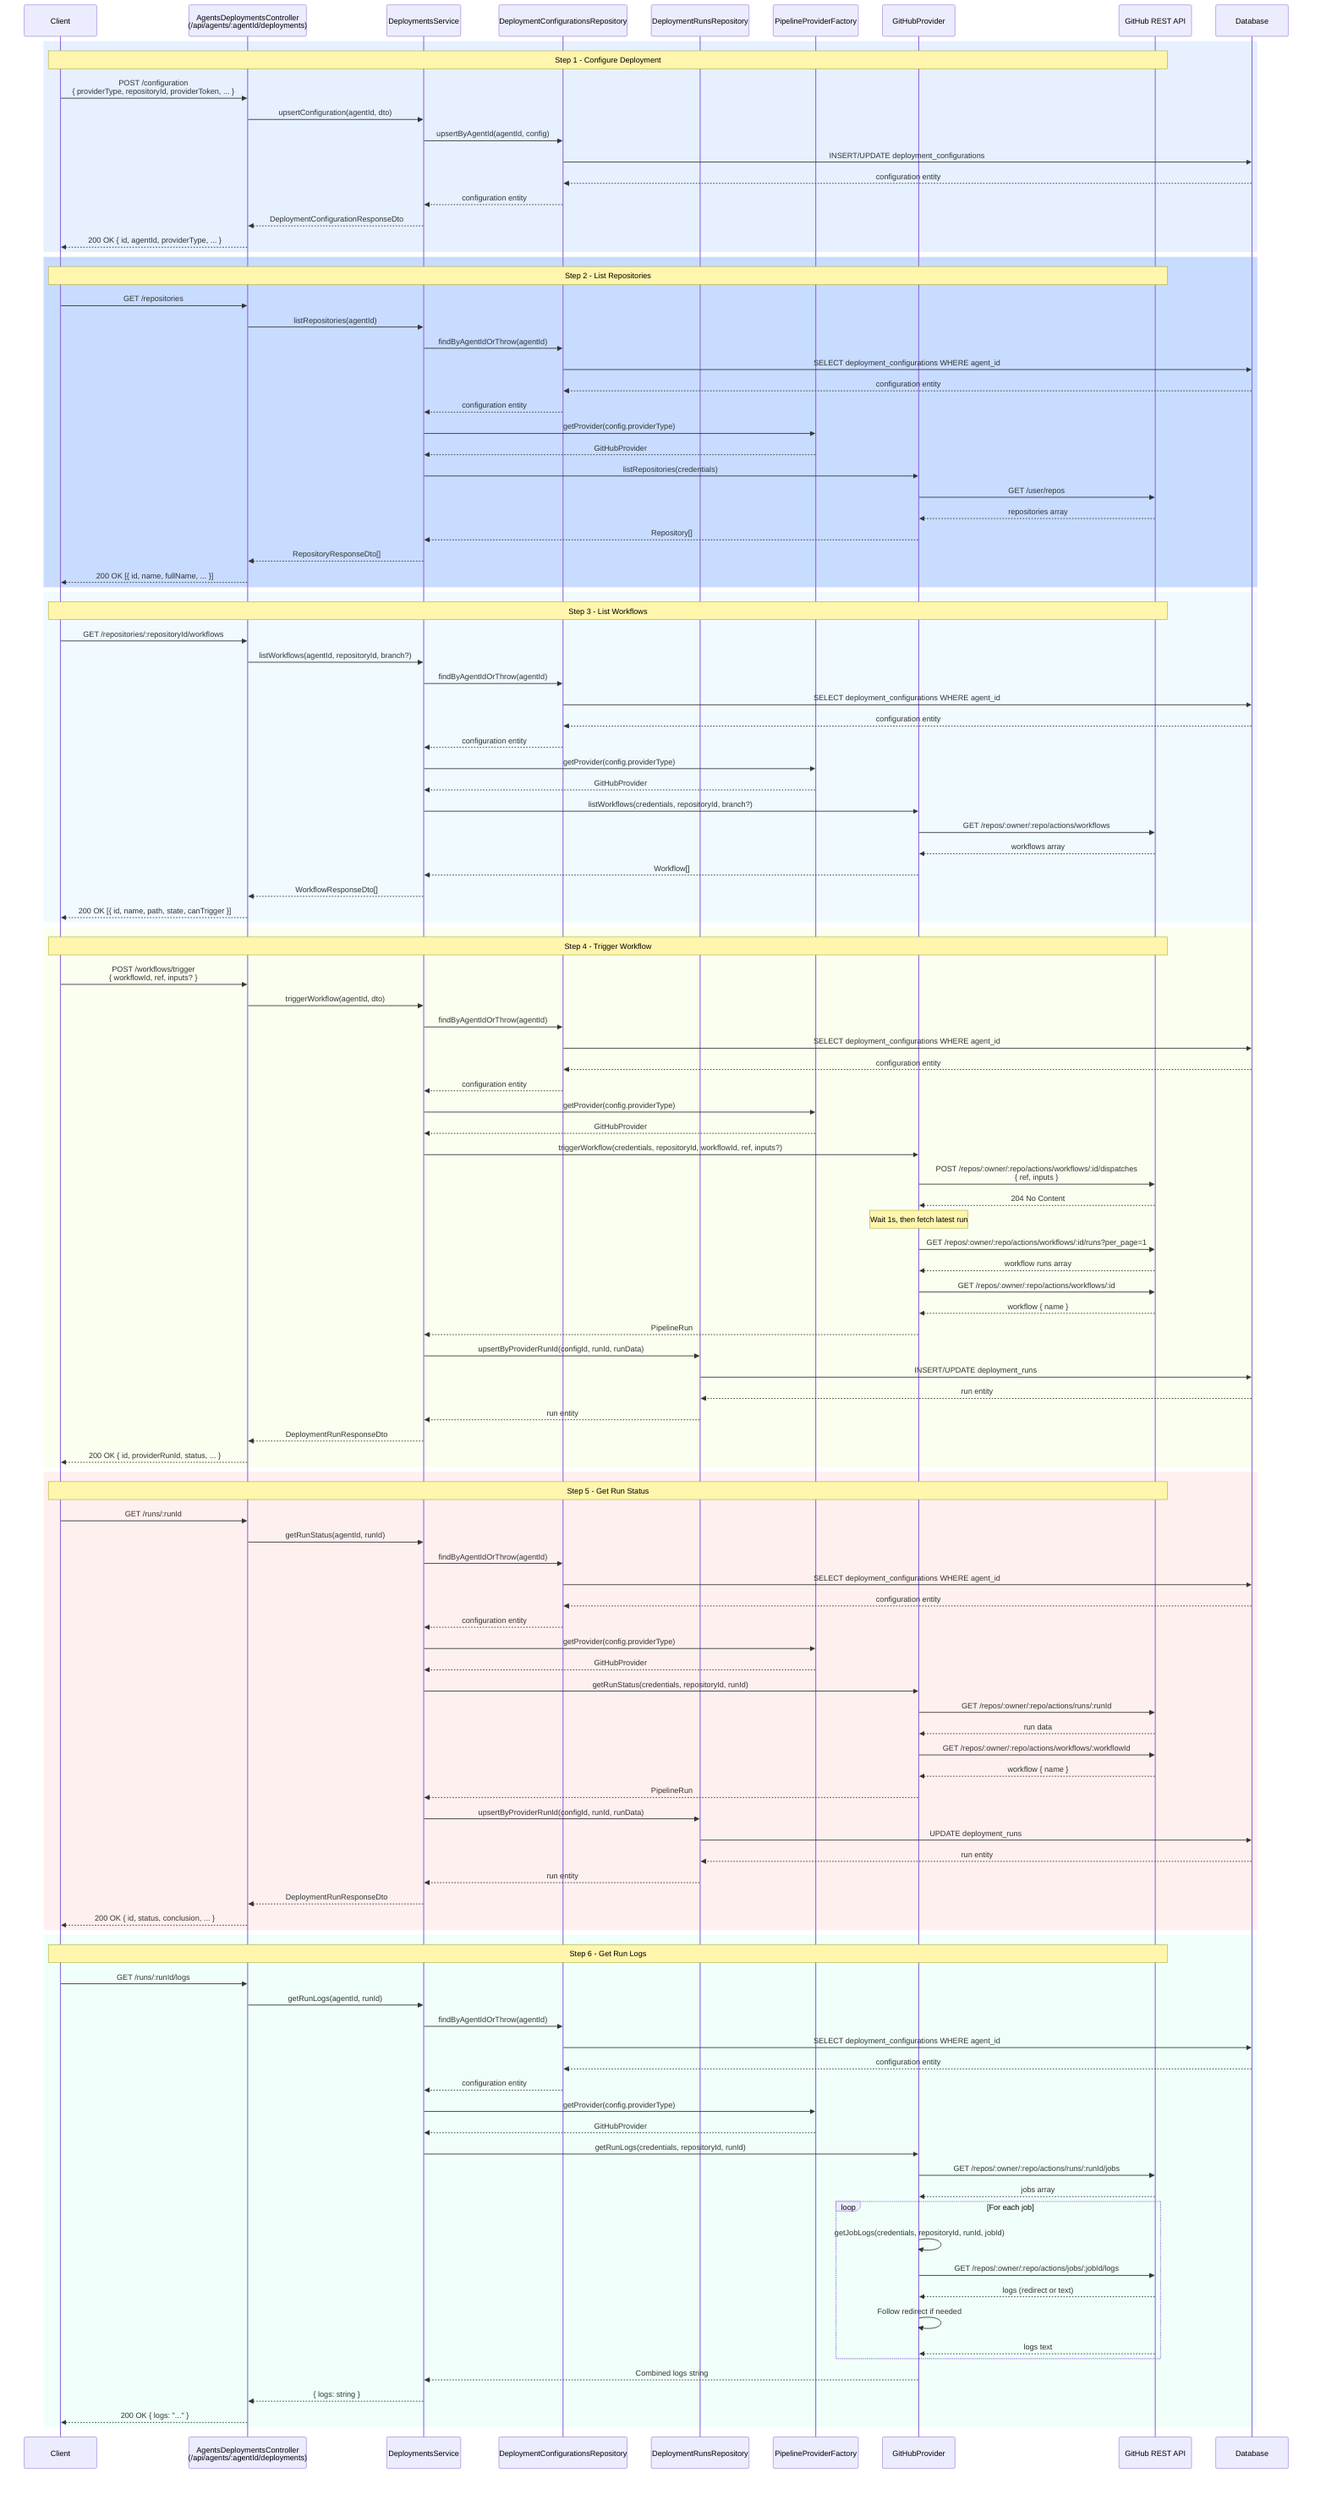
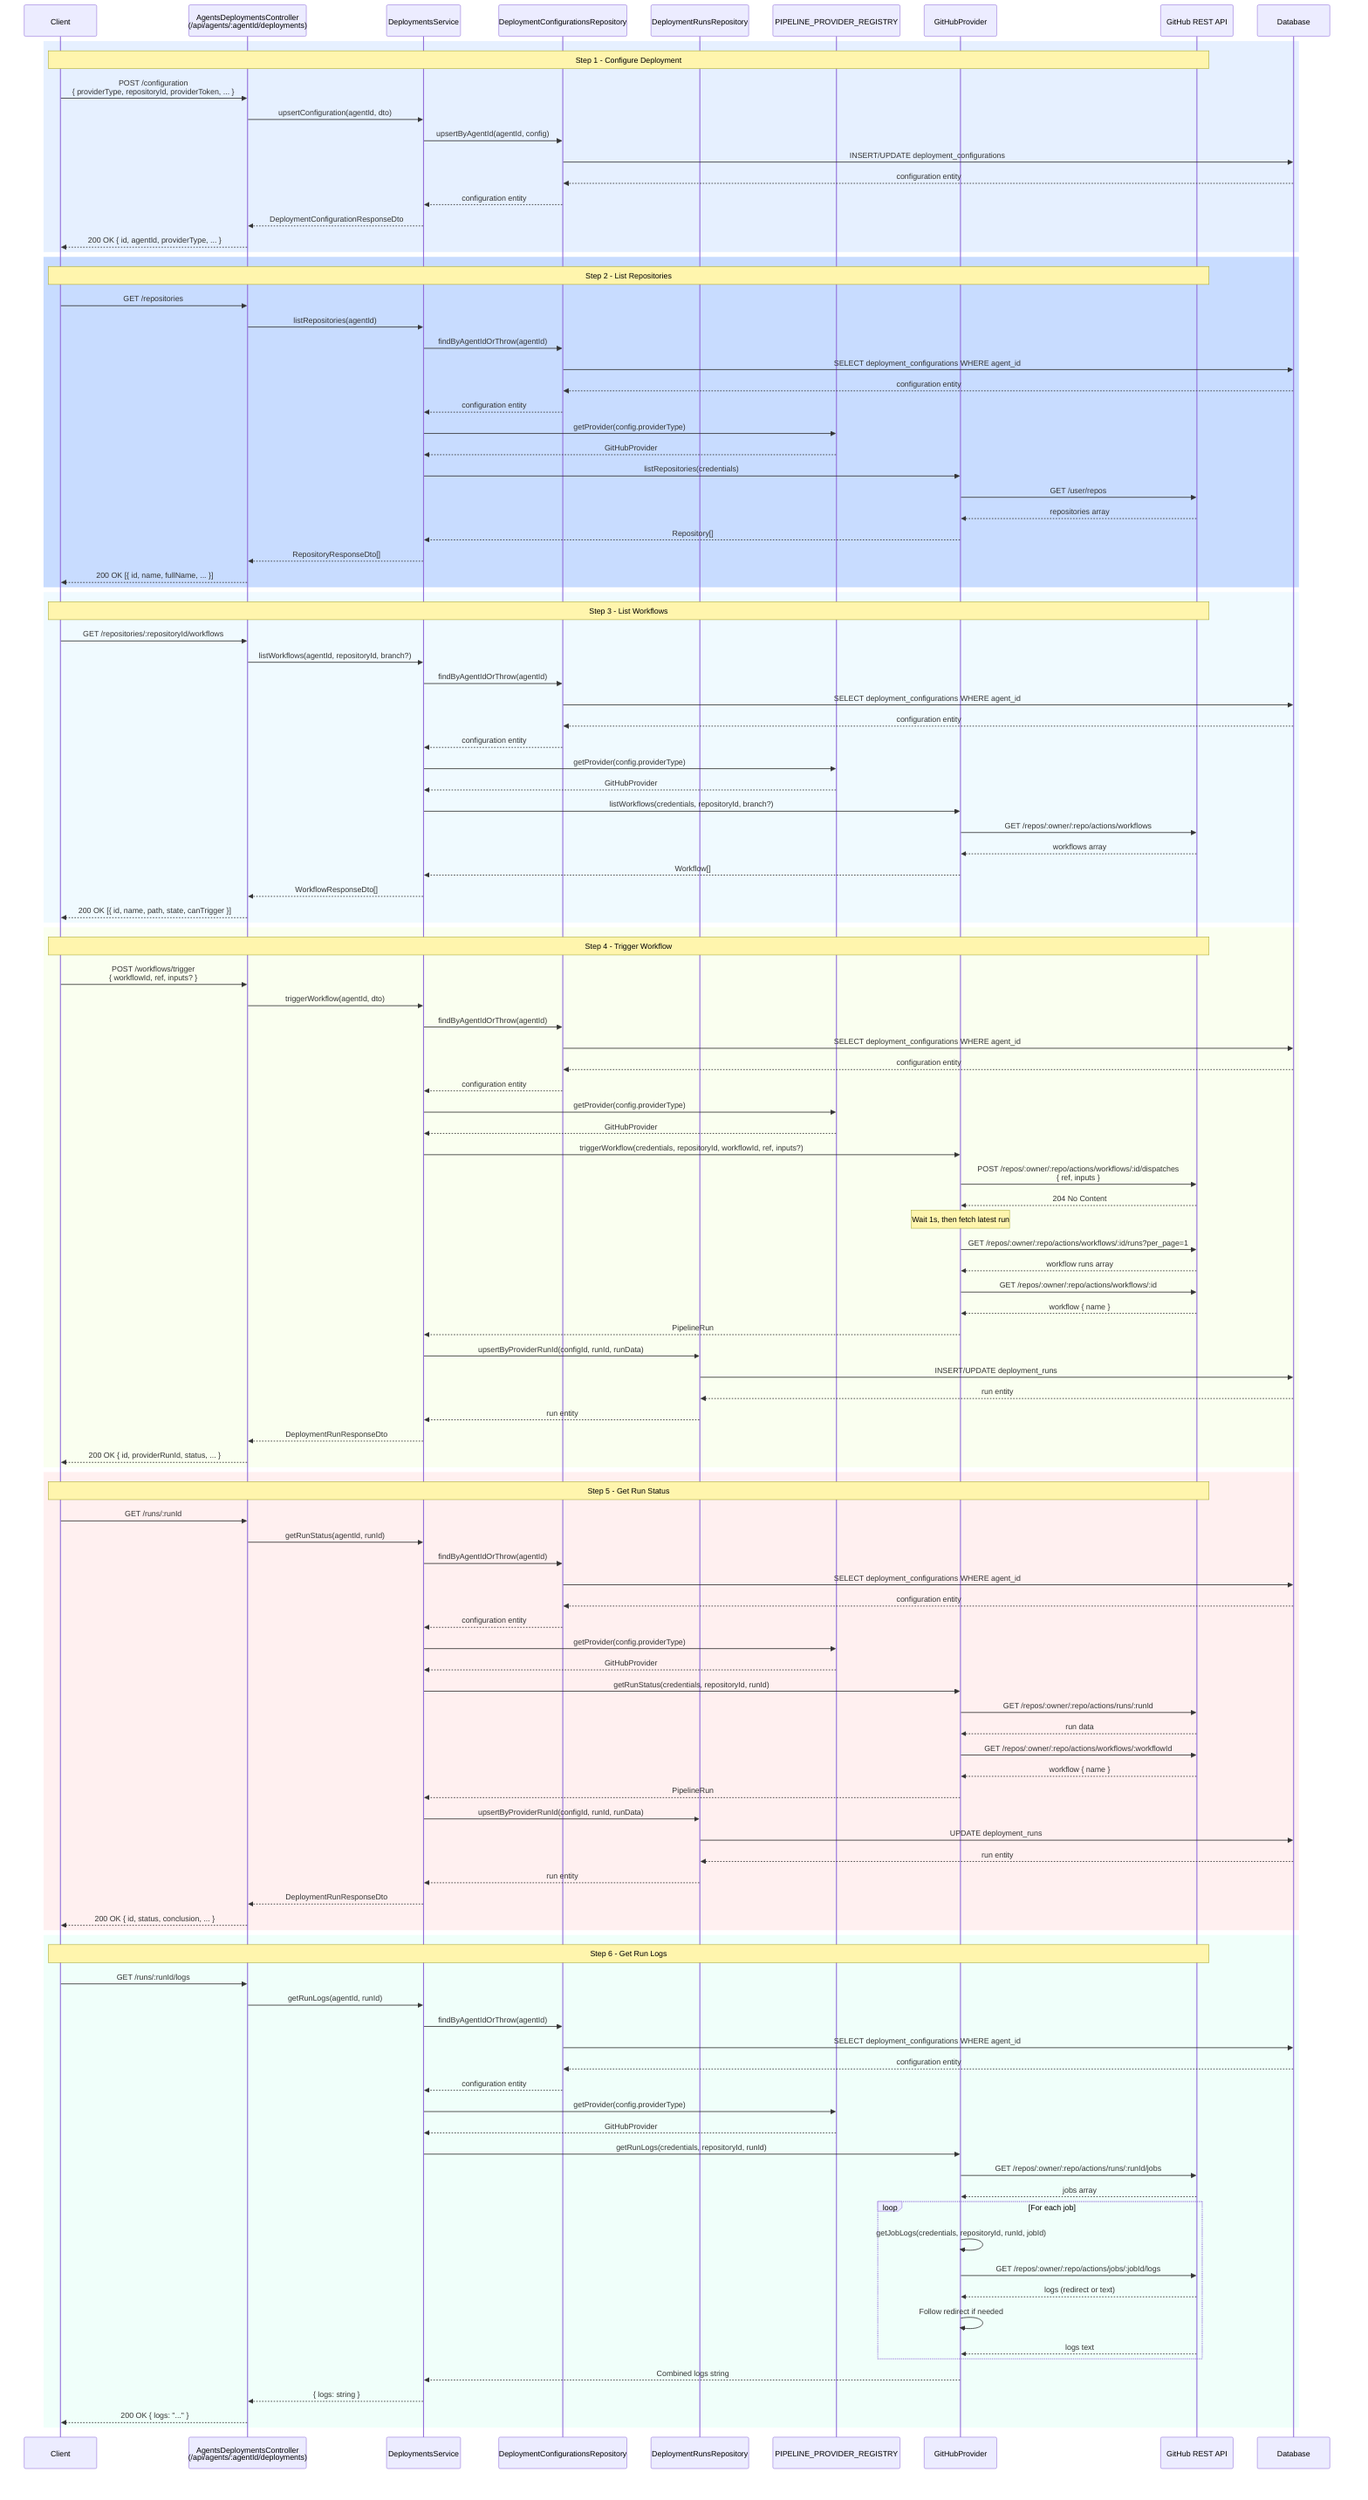
sequenceDiagram
    participant User as Client
    participant HTTP as AgentsDeploymentsController<br/>(/api/agents/:agentId/deployments)
    participant Service as DeploymentsService
    participant Repo as DeploymentConfigurationsRepository
    participant RunRepo as DeploymentRunsRepository
-     participant PPF as PipelineProviderFactory
+     participant PPR as PIPELINE_PROVIDER_REGISTRY
    participant Provider as GitHubProvider
    participant GitHub as GitHub REST API
    participant DB as Database

    rect rgb(230, 240, 255)
        Note over User,GitHub: Step 1 - Configure Deployment
        User->>HTTP: POST /configuration<br/>{ providerType, repositoryId, providerToken, ... }
        HTTP->>Service: upsertConfiguration(agentId, dto)
        Service->>Repo: upsertByAgentId(agentId, config)
        Repo->>DB: INSERT/UPDATE deployment_configurations
        DB-->>Repo: configuration entity
        Repo-->>Service: configuration entity
        Service-->>HTTP: DeploymentConfigurationResponseDto
        HTTP-->>User: 200 OK { id, agentId, providerType, ... }
    end

    rect rgb(200, 220, 255)
        Note over User,GitHub: Step 2 - List Repositories
        User->>HTTP: GET /repositories
        HTTP->>Service: listRepositories(agentId)
        Service->>Repo: findByAgentIdOrThrow(agentId)
        Repo->>DB: SELECT deployment_configurations WHERE agent_id
        DB-->>Repo: configuration entity
        Repo-->>Service: configuration entity
-         Service->>PPF: getProvider(config.providerType)
-         PPF-->>Service: GitHubProvider
+         Service->>PPR: getProvider(config.providerType)
+         PPR-->>Service: GitHubProvider
        Service->>Provider: listRepositories(credentials)
        Provider->>GitHub: GET /user/repos
        GitHub-->>Provider: repositories array
        Provider-->>Service: Repository[]
        Service-->>HTTP: RepositoryResponseDto[]
        HTTP-->>User: 200 OK [{ id, name, fullName, ... }]
    end

    rect rgb(240, 250, 255)
        Note over User,GitHub: Step 3 - List Workflows
        User->>HTTP: GET /repositories/:repositoryId/workflows
        HTTP->>Service: listWorkflows(agentId, repositoryId, branch?)
        Service->>Repo: findByAgentIdOrThrow(agentId)
        Repo->>DB: SELECT deployment_configurations WHERE agent_id
        DB-->>Repo: configuration entity
        Repo-->>Service: configuration entity
-         Service->>PPF: getProvider(config.providerType)
-         PPF-->>Service: GitHubProvider
+         Service->>PPR: getProvider(config.providerType)
+         PPR-->>Service: GitHubProvider
        Service->>Provider: listWorkflows(credentials, repositoryId, branch?)
        Provider->>GitHub: GET /repos/:owner/:repo/actions/workflows
        GitHub-->>Provider: workflows array
        Provider-->>Service: Workflow[]
        Service-->>HTTP: WorkflowResponseDto[]
        HTTP-->>User: 200 OK [{ id, name, path, state, canTrigger }]
    end

    rect rgb(250, 255, 240)
        Note over User,GitHub: Step 4 - Trigger Workflow
        User->>HTTP: POST /workflows/trigger<br/>{ workflowId, ref, inputs? }
        HTTP->>Service: triggerWorkflow(agentId, dto)
        Service->>Repo: findByAgentIdOrThrow(agentId)
        Repo->>DB: SELECT deployment_configurations WHERE agent_id
        DB-->>Repo: configuration entity
        Repo-->>Service: configuration entity
-         Service->>PPF: getProvider(config.providerType)
-         PPF-->>Service: GitHubProvider
+         Service->>PPR: getProvider(config.providerType)
+         PPR-->>Service: GitHubProvider
        Service->>Provider: triggerWorkflow(credentials, repositoryId, workflowId, ref, inputs?)
        Provider->>GitHub: POST /repos/:owner/:repo/actions/workflows/:id/dispatches<br/>{ ref, inputs }
        GitHub-->>Provider: 204 No Content
        Note over Provider: Wait 1s, then fetch latest run
        Provider->>GitHub: GET /repos/:owner/:repo/actions/workflows/:id/runs?per_page=1
        GitHub-->>Provider: workflow runs array
        Provider->>GitHub: GET /repos/:owner/:repo/actions/workflows/:id
        GitHub-->>Provider: workflow { name }
        Provider-->>Service: PipelineRun
        Service->>RunRepo: upsertByProviderRunId(configId, runId, runData)
        RunRepo->>DB: INSERT/UPDATE deployment_runs
        DB-->>RunRepo: run entity
        RunRepo-->>Service: run entity
        Service-->>HTTP: DeploymentRunResponseDto
        HTTP-->>User: 200 OK { id, providerRunId, status, ... }
    end

    rect rgb(255, 240, 240)
        Note over User,GitHub: Step 5 - Get Run Status
        User->>HTTP: GET /runs/:runId
        HTTP->>Service: getRunStatus(agentId, runId)
        Service->>Repo: findByAgentIdOrThrow(agentId)
        Repo->>DB: SELECT deployment_configurations WHERE agent_id
        DB-->>Repo: configuration entity
        Repo-->>Service: configuration entity
-         Service->>PPF: getProvider(config.providerType)
-         PPF-->>Service: GitHubProvider
+         Service->>PPR: getProvider(config.providerType)
+         PPR-->>Service: GitHubProvider
        Service->>Provider: getRunStatus(credentials, repositoryId, runId)
        Provider->>GitHub: GET /repos/:owner/:repo/actions/runs/:runId
        GitHub-->>Provider: run data
        Provider->>GitHub: GET /repos/:owner/:repo/actions/workflows/:workflowId
        GitHub-->>Provider: workflow { name }
        Provider-->>Service: PipelineRun
        Service->>RunRepo: upsertByProviderRunId(configId, runId, runData)
        RunRepo->>DB: UPDATE deployment_runs
        DB-->>RunRepo: run entity
        RunRepo-->>Service: run entity
        Service-->>HTTP: DeploymentRunResponseDto
        HTTP-->>User: 200 OK { id, status, conclusion, ... }
    end

    rect rgb(240, 255, 250)
        Note over User,GitHub: Step 6 - Get Run Logs
        User->>HTTP: GET /runs/:runId/logs
        HTTP->>Service: getRunLogs(agentId, runId)
        Service->>Repo: findByAgentIdOrThrow(agentId)
        Repo->>DB: SELECT deployment_configurations WHERE agent_id
        DB-->>Repo: configuration entity
        Repo-->>Service: configuration entity
-         Service->>PPF: getProvider(config.providerType)
-         PPF-->>Service: GitHubProvider
+         Service->>PPR: getProvider(config.providerType)
+         PPR-->>Service: GitHubProvider
        Service->>Provider: getRunLogs(credentials, repositoryId, runId)
        Provider->>GitHub: GET /repos/:owner/:repo/actions/runs/:runId/jobs
        GitHub-->>Provider: jobs array
        loop For each job
            Provider->>Provider: getJobLogs(credentials, repositoryId, runId, jobId)
            Provider->>GitHub: GET /repos/:owner/:repo/actions/jobs/:jobId/logs
            GitHub-->>Provider: logs (redirect or text)
            Provider->>Provider: Follow redirect if needed
            GitHub-->>Provider: logs text
        end
        Provider-->>Service: Combined logs string
        Service-->>HTTP: { logs: string }
        HTTP-->>User: 200 OK { logs: "..." }
    end
